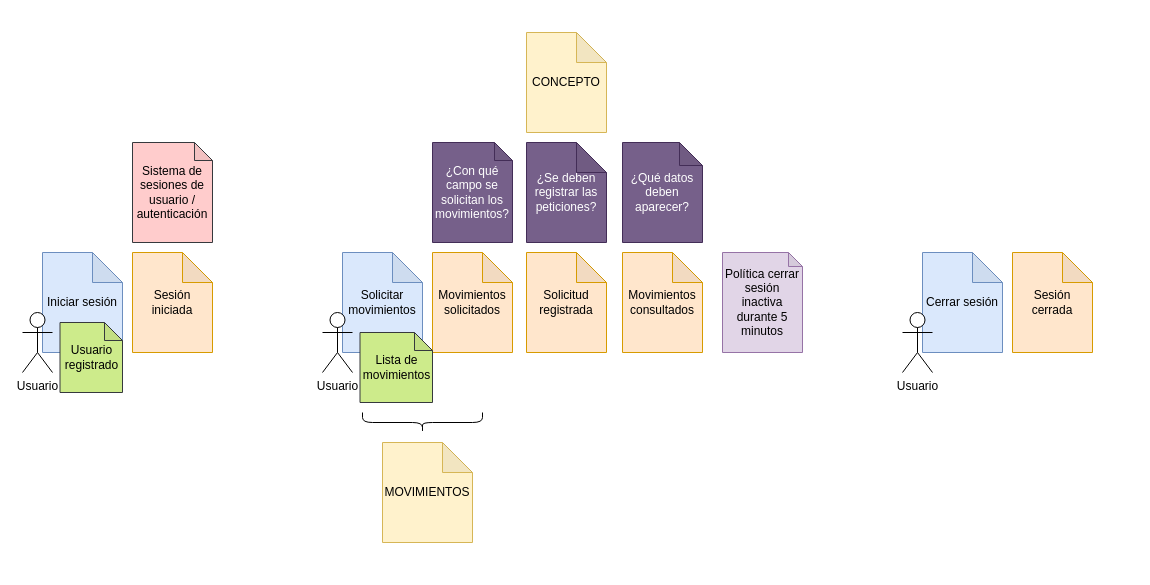
This is EventStorming_MovimientosDeposito.drawio from joeburias/ddd_example, a draw.io file, before an edit. Source tidied: cells renumbered, new cells numbered last; positions are measured from the earlier drawing's top-left corner, leaving out a move shared by most shapes. Both pictures are drawn from the tidied source at 100%, with x=0, y=0 at pixel (22, 32).
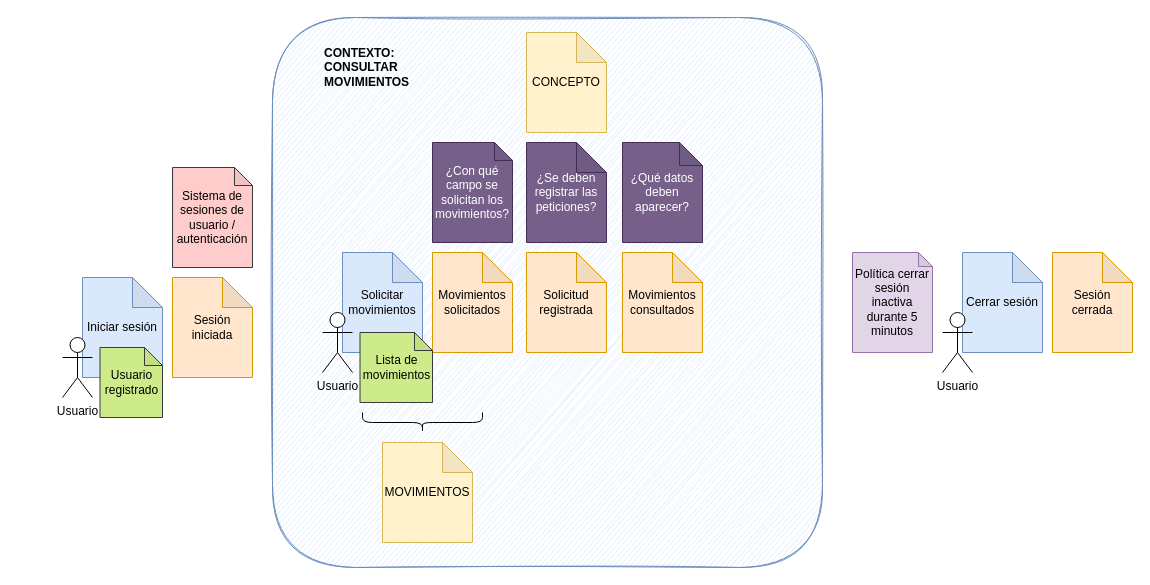
The same diagram, later.

The edit, as a diff of the source:
```diff
@@
+    <mxCell id="29" style="whiteSpace=wrap;html=1;sketch=1;fillColor=#dae8fc;strokeColor=#6c8ebf;rounded=1;glass=0;shadow=0;" parent="1" vertex="1">
+      <mxGeometry x="250" y="-15" width="550" height="550" as="geometry" />
+    </mxCell>
@@
     <mxCell id="3" value="Sesión iniciada" style="shape=note;whiteSpace=wrap;html=1;backgroundOutline=1;darkOpacity=0.05;fillColor=#ffe6cc;strokeColor=#d79b00;" parent="1" vertex="1">
-      <mxGeometry x="110" y="220" width="80" height="100" as="geometry" />
+      <mxGeometry x="150" y="245" width="80" height="100" as="geometry" />
     </mxCell>
     <mxCell id="4" value="Sesión cerrada" style="shape=note;whiteSpace=wrap;html=1;backgroundOutline=1;darkOpacity=0.05;fillColor=#ffe6cc;strokeColor=#d79b00;" parent="1" vertex="1">
-      <mxGeometry x="990" y="220" width="80" height="100" as="geometry" />
+      <mxGeometry x="1030" y="220" width="80" height="100" as="geometry" />
     </mxCell>
@@
     <mxCell id="9" style="group;" parent="1" vertex="1">
-      <mxGeometry x="10" y="220" width="90" height="120" as="geometry" />
+      <mxGeometry x="50" y="245" width="90" height="120" as="geometry" />
     </mxCell>
@@
     <mxCell id="17" style="group;" parent="1" vertex="1">
-      <mxGeometry x="890" y="220" width="90" height="120" as="geometry" />
+      <mxGeometry x="930" y="220" width="90" height="120" as="geometry" />
     </mxCell>
@@
-    <mxCell id="21" value="¿Con qué campo se solicitan los movimientos?" style="shape=note;whiteSpace=wrap;html=1;backgroundOutline=1;darkOpacity=0.05;fillColor=#76608a;strokeColor=#432D57;size=18;fontColor=#ffffff;" parent="1" vertex="1">
+    <mxCell id="21" value="¿Con qué campo se solicitan los movimientos?" style="shape=note;whiteSpace=wrap;html=1;backgroundOutline=1;darkOpacity=0.05;fillColor=#76608a;strokeColor=#432D57;size=18;fontColor=#ffffff;sketch=0;" parent="1" vertex="1">
       <mxGeometry x="410" y="110" width="80" height="100" as="geometry" />
     </mxCell>
@@
     <mxCell id="23" value="Sistema de sesiones de usuario / autenticación" style="shape=note;whiteSpace=wrap;html=1;backgroundOutline=1;darkOpacity=0.05;fillColor=#ffcccc;strokeColor=#36393d;size=18;" parent="1" vertex="1">
-      <mxGeometry x="110" y="110" width="80" height="100" as="geometry" />
+      <mxGeometry x="150" y="135" width="80" height="100" as="geometry" />
     </mxCell>
     <mxCell id="24" value="Usuario registrado" style="shape=note;whiteSpace=wrap;html=1;backgroundOutline=1;darkOpacity=0.05;fillColor=#cdeb8b;strokeColor=#36393d;size=18;" parent="1" vertex="1">
-      <mxGeometry x="37.5" y="290" width="62.5" height="70" as="geometry" />
+      <mxGeometry x="77.5" y="315" width="62.5" height="70" as="geometry" />
     </mxCell>
@@
     <mxCell id="26" value="Política cerrar sesión inactiva durante 5 minutos" style="shape=note;whiteSpace=wrap;html=1;backgroundOutline=1;darkOpacity=0.05;fillColor=#e1d5e7;strokeColor=#9673a6;size=14;" parent="1" vertex="1">
-      <mxGeometry x="700" y="220" width="80" height="100" as="geometry" />
+      <mxGeometry x="830" y="220" width="80" height="100" as="geometry" />
     </mxCell>
@@
+    <mxCell id="30" value="&lt;b&gt;CONTEXTO: CONSULTAR MOVIMIENTOS&lt;/b&gt;" style="text;html=1;strokeColor=none;fillColor=none;align=left;verticalAlign=middle;whiteSpace=wrap;rounded=0;shadow=0;glass=0;sketch=1;" parent="1" vertex="1">
+      <mxGeometry x="300" y="20" width="60" height="30" as="geometry" />
+    </mxCell>
```
